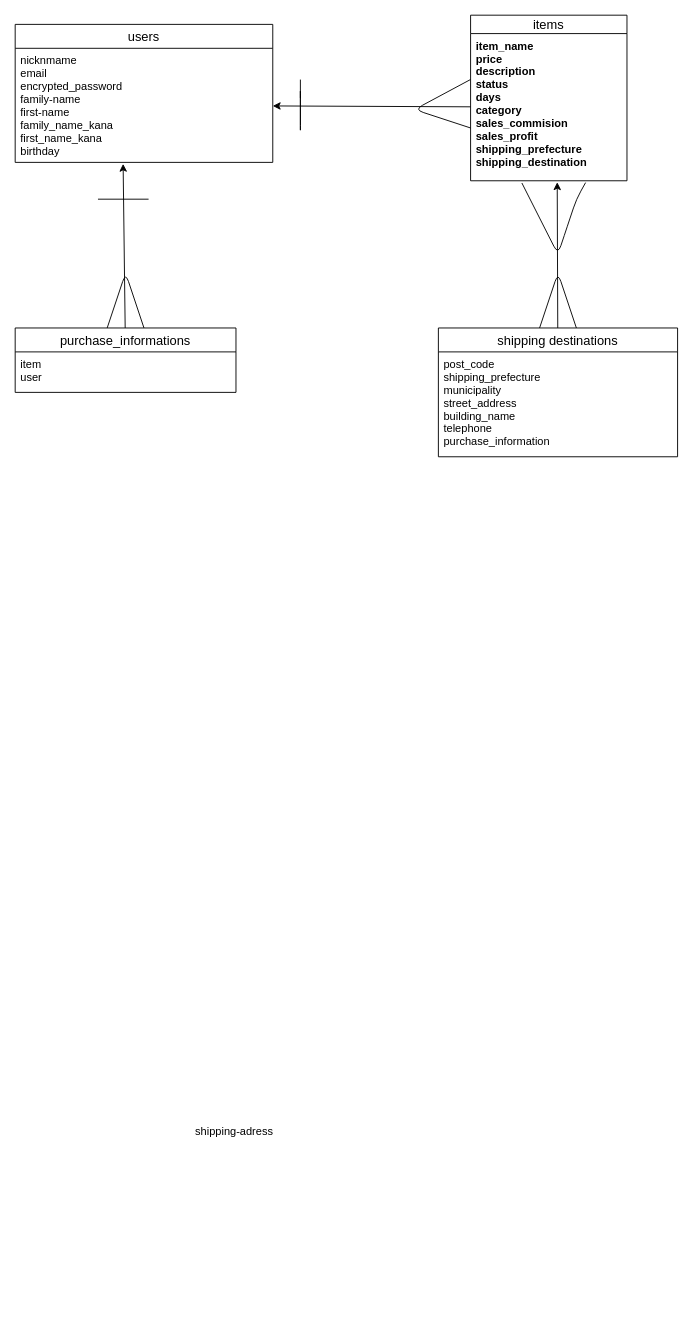
Earlier version of the draw.io diagram ER.dio (srho1212/furima-41247). Source tidied: cells renumbered, new cells numbered last; positions are measured from the earlier drawing's top-left corner, leaving out a move shared by most shapes. Both pictures are drawn from the tidied source at 92%, with x=0, y=0 at pixel (15, 15).
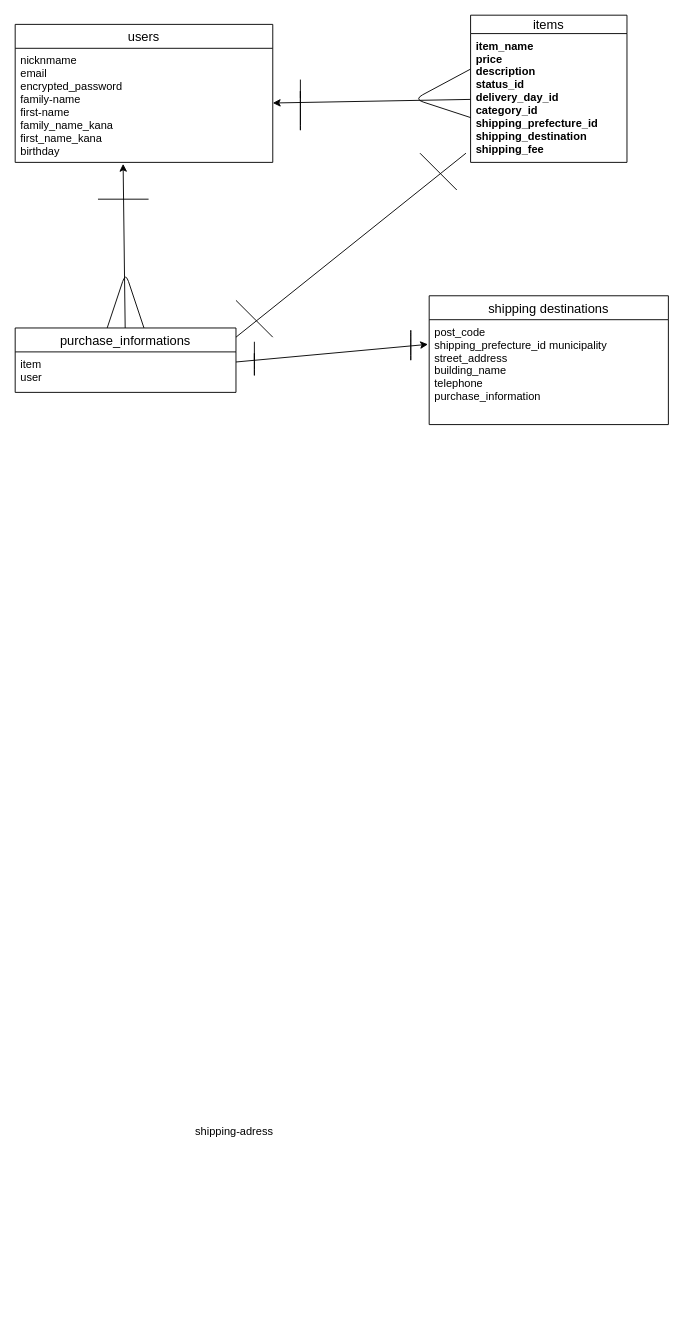
The same page after the edit.

Commit message (it also covers changes not shown here):
データベース設計　修正３

Unchanged cells that the change refers to:
```xml
<mxCell id="6" value="item&#10;user" style="text;strokeColor=none;fillColor=none;spacingLeft=4;spacingRight=4;overflow=hidden;points=[[0,0.5],[1,0.5]];portConstraint=eastwest;fontSize=12;" parent="5" vertex="1">
  <mxGeometry y="26" width="240" height="44" as="geometry" />
</mxCell>
```

The edit, as a diff of the source:
```diff
@@
-    <mxCell id="7" style="edgeStyle=none;html=1;entryX=0.554;entryY=1.01;entryDx=0;entryDy=0;entryPerimeter=0;" parent="1" edge="1" source="8" target="11">
-      <mxGeometry relative="1" as="geometry" />
-    </mxCell>
     <mxCell id="8" value="shipping destinations" style="swimlane;fontStyle=0;horizontal=1;startSize=26;align=center;fontSize=14;" parent="1" vertex="1">
-      <mxGeometry x="460" y="340" width="260" height="140" as="geometry" />
+      <mxGeometry x="450" y="305" width="260" height="140" as="geometry" />
     </mxCell>
-    <mxCell id="9" value="post_code&#10;shipping_prefecture&#10;municipality&#10;street_address&#10;building_name&#10;telephone&#10;purchase_information &#10;" style="text;strokeColor=none;fillColor=none;spacingLeft=4;spacingRight=4;overflow=hidden;points=[[0,0.5],[1,0.5]];portConstraint=eastwest;fontSize=12;" parent="8" vertex="1">
+    <mxCell id="9" value="post_code&#10;shipping_prefecture_id municipality&#10;street_address&#10;building_name&#10;telephone&#10;purchase_information &#10;" style="text;strokeColor=none;fillColor=none;spacingLeft=4;spacingRight=4;overflow=hidden;points=[[0,0.5],[1,0.5]];portConstraint=eastwest;fontSize=12;" parent="8" vertex="1">
       <mxGeometry y="26" width="260" height="114" as="geometry" />
     </mxCell>
     <mxCell id="10" value="items" style="swimlane;fontStyle=0;horizontal=1;startSize=20;align=center;fontSize=14;" parent="1" vertex="1">
-      <mxGeometry x="495" width="170" height="180" as="geometry" />
+      <mxGeometry x="495" width="170" height="160" as="geometry" />
     </mxCell>
-    <mxCell id="11" value="item_name&#10;price&#10;description&#10;status&#10;days&#10;category&#10;sales_commision&#10;sales_profit&#10;shipping_prefecture&#10;shipping_destination &#10;" style="text;strokeColor=none;fillColor=none;spacingLeft=4;spacingRight=4;overflow=hidden;points=[[0,0.5],[1,0.5]];portConstraint=eastwest;fontSize=12;fontStyle=1;" parent="10" vertex="1">
-      <mxGeometry y="20" width="170" height="160" as="geometry" />
+    <mxCell id="11" value="item_name&#10;price&#10;description&#10;status_id&#10;delivery_day_id &#10;category_id&#10;shipping_prefecture_id&#10;shipping_destination &#10;shipping_fee&#10;" style="text;strokeColor=none;fillColor=none;spacingLeft=4;spacingRight=4;overflow=hidden;points=[[0,0.5],[1,0.5]];portConstraint=eastwest;fontSize=12;fontStyle=1;" parent="10" vertex="1">
+      <mxGeometry y="20" width="170" height="140" as="geometry" />
     </mxCell>
-    <mxCell id="12" style="edgeStyle=none;html=1;endArrow=none;entryX=0.328;entryY=1.015;entryDx=0;entryDy=0;entryPerimeter=0;" parent="10" edge="1" target="11">
-      <mxGeometry relative="1" as="geometry">
-        <mxPoint x="125" y="182" as="sourcePoint" />
-        <Array as="points">
-          <mxPoint x="115" y="200" />
-          <mxPoint x="105" y="230" />
-          <mxPoint x="95" y="260" />
-        </Array>
-      </mxGeometry>
-    </mxCell>
@@
-    <mxCell id="15" style="edgeStyle=none;html=1;exitX=-0.002;exitY=0.318;exitDx=0;exitDy=0;exitPerimeter=0;endArrow=none;" parent="1" edge="1">
-      <mxGeometry relative="1" as="geometry">
-        <mxPoint x="570" y="340" as="sourcePoint" />
-        <mxPoint x="610" y="340" as="targetPoint" />
-        <Array as="points">
-          <mxPoint x="590" y="280" />
-        </Array>
-      </mxGeometry>
-    </mxCell>
@@
     <mxCell id="18" style="edgeStyle=none;html=1;endArrow=none;entryX=0.344;entryY=1.004;entryDx=0;entryDy=0;entryPerimeter=0;" parent="1" edge="1">
       <mxGeometry relative="1" as="geometry">
-        <mxPoint x="495" y="122.6" as="sourcePoint" />
-        <mxPoint x="494.8" y="70" as="targetPoint" />
+        <mxPoint x="495" y="111.3" as="sourcePoint" />
+        <mxPoint x="494.8" y="58.7" as="targetPoint" />
         <Array as="points">
-          <mxPoint x="434" y="102.6" />
+          <mxPoint x="434" y="91.3" />
         </Array>
       </mxGeometry>
     </mxCell>
@@
+    <mxCell id="20" style="edgeStyle=none;html=1;entryX=-0.005;entryY=0.235;entryDx=0;entryDy=0;entryPerimeter=0;" parent="1" edge="1" source="6" target="9">
+      <mxGeometry relative="1" as="geometry" />
+    </mxCell>
+    <mxCell id="21" style="endArrow=none;html=1;" parent="1" edge="1">
+      <mxGeometry relative="1" as="geometry">
+        <mxPoint x="260" y="375" as="sourcePoint" />
+        <mxPoint x="260" y="355" as="targetPoint" />
+        <Array as="points">
+          <mxPoint x="260" y="365" />
+          <mxPoint x="260" y="375" />
+          <mxPoint x="260" y="395" />
+        </Array>
+      </mxGeometry>
+    </mxCell>
+    <mxCell id="22" style="endArrow=none;html=1;" parent="1" edge="1">
+      <mxGeometry relative="1" as="geometry">
+        <mxPoint x="430" y="350" as="sourcePoint" />
+        <mxPoint x="430" y="350" as="targetPoint" />
+        <Array as="points">
+          <mxPoint x="430" y="340" />
+          <mxPoint x="430" y="350" />
+          <mxPoint x="430" y="380" />
+        </Array>
+      </mxGeometry>
+    </mxCell>
+    <mxCell id="23" style="endArrow=none;html=1;" parent="1" edge="1">
+      <mxGeometry relative="1" as="geometry">
+        <mxPoint x="240" y="350" as="sourcePoint" />
+        <mxPoint x="490" y="150" as="targetPoint" />
+      </mxGeometry>
+    </mxCell>
+    <mxCell id="24" style="endArrow=none;html=1;" parent="1" edge="1">
+      <mxGeometry relative="1" as="geometry">
+        <mxPoint x="240" y="310" as="sourcePoint" />
+        <mxPoint x="280" y="350" as="targetPoint" />
+      </mxGeometry>
+    </mxCell>
+    <mxCell id="25" style="endArrow=none;html=1;" parent="1" edge="1">
+      <mxGeometry relative="1" as="geometry">
+        <mxPoint x="440" y="150" as="sourcePoint" />
+        <mxPoint x="480" y="190" as="targetPoint" />
+      </mxGeometry>
+    </mxCell>
```
